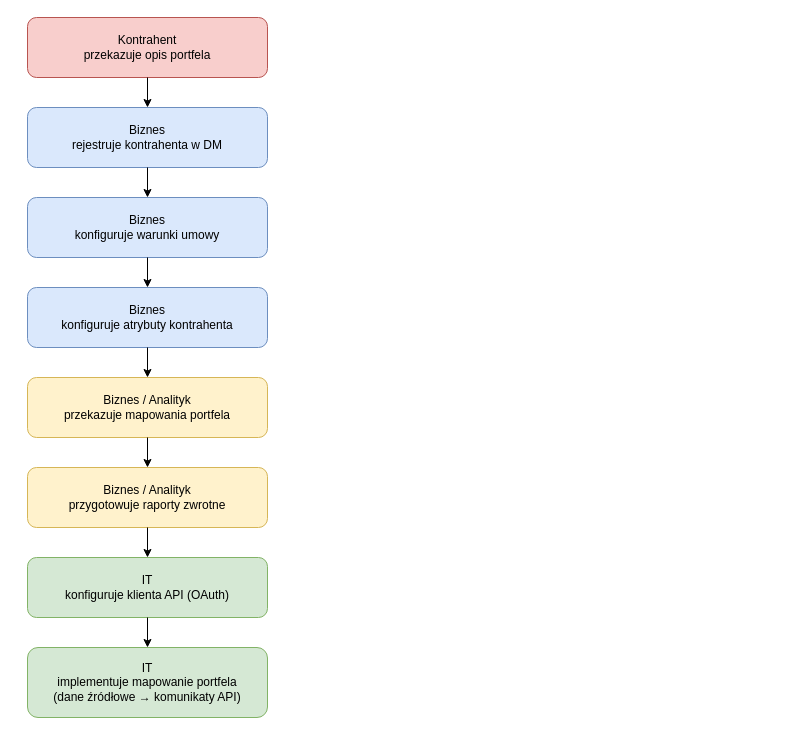
oskar-bialek-bakk/intrum-integration-api-docs keeps this draw.io diagram as docs/diagrams/konfiguracja-kontrahenta.drawio. Above is the earlier version. Source tidied: cells renumbered, new cells numbered last; positions are measured from the earlier drawing's top-left corner, leaving out a move shared by most shapes. Both pictures are drawn from the tidied source at 100%, with x=0, y=0 at pixel (27, 17).
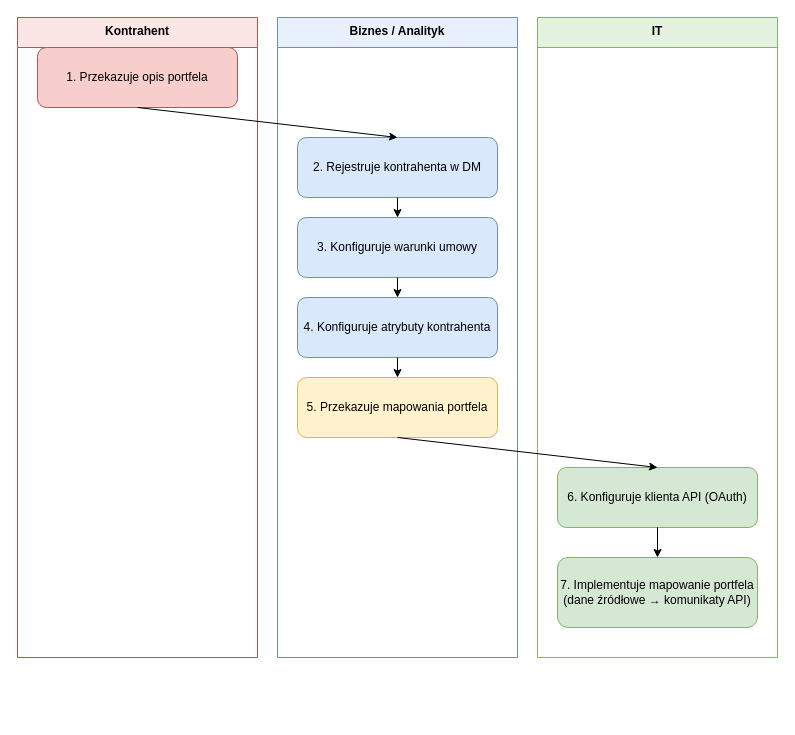
Above is the later version.

Diff of the diagram source:
```diff
@@
 <mxGraphModel>
   <root>
     <mxCell id="0" />
     <mxCell id="1" parent="0" />
+    <mxCell id="17" value="Kontrahent" style="swimlane;fontStyle=1;align=center;verticalAlign=top;startSize=30;fillColor=#fbe5e5;strokeColor=#b85450;" parent="1" vertex="1">
+      <mxGeometry x="-10" width="240" height="640" as="geometry" />
+    </mxCell>
+    <mxCell id="18" value="Biznes / Analityk" style="swimlane;fontStyle=1;align=center;verticalAlign=top;startSize=30;fillColor=#e8f1fb;strokeColor=#6c8ebf;" parent="1" vertex="1">
+      <mxGeometry x="250" width="240" height="640" as="geometry" />
+    </mxCell>
+    <mxCell id="19" value="IT" style="swimlane;fontStyle=1;align=center;verticalAlign=top;startSize=30;fillColor=#e6f2e0;strokeColor=#82b366;" parent="1" vertex="1">
+      <mxGeometry x="510" width="240" height="640" as="geometry" />
+    </mxCell>
-    <mxCell id="2" value="Kontrahent&#10;przekazuje opis portfela" style="rounded=1;whiteSpace=wrap;html=1;fillColor=#f8cecc;strokeColor=#b85450;" parent="1" vertex="1">
-      <mxGeometry width="240" height="60" as="geometry" />
+    <mxCell id="2" value="1. Przekazuje opis portfela" style="rounded=1;whiteSpace=wrap;html=1;fillColor=#f8cecc;strokeColor=#b85450;fontSize=12;" parent="17" vertex="1">
+      <mxGeometry x="20" y="30" width="200" height="60" as="geometry" />
     </mxCell>
-    <mxCell id="3" value="Biznes&#10;rejestruje kontrahenta w DM" style="rounded=1;whiteSpace=wrap;html=1;fillColor=#dae8fc;strokeColor=#6c8ebf;" parent="1" vertex="1">
-      <mxGeometry y="90" width="240" height="60" as="geometry" />
+    <mxCell id="3" value="2. Rejestruje kontrahenta w DM" style="rounded=1;whiteSpace=wrap;html=1;fillColor=#dae8fc;strokeColor=#6c8ebf;fontSize=12;" parent="18" vertex="1">
+      <mxGeometry x="20" y="120" width="200" height="60" as="geometry" />
     </mxCell>
-    <mxCell id="4" value="Biznes&#10;konfiguruje warunki umowy" style="rounded=1;whiteSpace=wrap;html=1;fillColor=#dae8fc;strokeColor=#6c8ebf;" parent="1" vertex="1">
-      <mxGeometry y="180" width="240" height="60" as="geometry" />
+    <mxCell id="4" value="3. Konfiguruje warunki umowy" style="rounded=1;whiteSpace=wrap;html=1;fillColor=#dae8fc;strokeColor=#6c8ebf;fontSize=12;" parent="18" vertex="1">
+      <mxGeometry x="20" y="200" width="200" height="60" as="geometry" />
     </mxCell>
-    <mxCell id="5" value="Biznes&#10;konfiguruje atrybuty kontrahenta" style="rounded=1;whiteSpace=wrap;html=1;fillColor=#dae8fc;strokeColor=#6c8ebf;" parent="1" vertex="1">
-      <mxGeometry y="270" width="240" height="60" as="geometry" />
+    <mxCell id="5" value="4. Konfiguruje atrybuty kontrahenta" style="rounded=1;whiteSpace=wrap;html=1;fillColor=#dae8fc;strokeColor=#6c8ebf;fontSize=12;" parent="18" vertex="1">
+      <mxGeometry x="20" y="280" width="200" height="60" as="geometry" />
     </mxCell>
-    <mxCell id="6" value="Biznes / Analityk&#10;przekazuje mapowania portfela" style="rounded=1;whiteSpace=wrap;html=1;fillColor=#fff2cc;strokeColor=#d6b656;" parent="1" vertex="1">
-      <mxGeometry y="360" width="240" height="60" as="geometry" />
+    <mxCell id="6" value="5. Przekazuje mapowania portfela" style="rounded=1;whiteSpace=wrap;html=1;fillColor=#fff2cc;strokeColor=#d6b656;fontSize=12;" parent="18" vertex="1">
+      <mxGeometry x="20" y="360" width="200" height="60" as="geometry" />
     </mxCell>
-    <mxCell id="7" value="Biznes / Analityk&#10;przygotowuje raporty zwrotne" style="rounded=1;whiteSpace=wrap;html=1;fillColor=#fff2cc;strokeColor=#d6b656;" parent="1" vertex="1">
-      <mxGeometry y="450" width="240" height="60" as="geometry" />
-    </mxCell>
-    <mxCell id="8" value="IT&#10;konfiguruje klienta API (OAuth)" style="rounded=1;whiteSpace=wrap;html=1;fillColor=#d5e8d4;strokeColor=#82b366;" parent="1" vertex="1">
-      <mxGeometry y="540" width="240" height="60" as="geometry" />
+    <mxCell id="8" value="6. Konfiguruje klienta API (OAuth)" style="rounded=1;whiteSpace=wrap;html=1;fillColor=#d5e8d4;strokeColor=#82b366;fontSize=12;" parent="19" vertex="1">
+      <mxGeometry x="20" y="450" width="200" height="60" as="geometry" />
     </mxCell>
-    <mxCell id="9" value="IT&#10;implementuje mapowanie portfela&#10;(dane źródłowe → komunikaty API)" style="rounded=1;whiteSpace=wrap;html=1;fillColor=#d5e8d4;strokeColor=#82b366;" parent="1" vertex="1">
-      <mxGeometry y="630" width="240" height="70" as="geometry" />
+    <mxCell id="9" value="7. Implementuje mapowanie portfela&#10;(dane źródłowe → komunikaty API)" style="rounded=1;whiteSpace=wrap;html=1;fillColor=#d5e8d4;strokeColor=#82b366;fontSize=12;" parent="19" vertex="1">
+      <mxGeometry x="20" y="540" width="200" height="70" as="geometry" />
     </mxCell>
-    <mxCell id="10" style="endArrow=classic;html=1;" parent="1" edge="1" source="2" target="3">
+    <mxCell id="10" style="endArrow=classic;html=1;exitX=0.5;exitY=1;exitDx=0;exitDy=0;entryX=0.5;entryY=0;entryDx=0;entryDy=0;" parent="1" edge="1" source="2" target="3">
       <mxGeometry relative="1" as="geometry" />
     </mxCell>
-    <mxCell id="11" style="endArrow=classic;html=1;" parent="1" edge="1" source="3" target="4">
+    <mxCell id="11" style="endArrow=classic;html=1;exitX=0.5;exitY=1;exitDx=0;exitDy=0;entryX=0.5;entryY=0;entryDx=0;entryDy=0;" parent="1" edge="1" source="3" target="4">
       <mxGeometry relative="1" as="geometry" />
     </mxCell>
-    <mxCell id="12" style="endArrow=classic;html=1;" parent="1" edge="1" source="4" target="5">
+    <mxCell id="12" style="endArrow=classic;html=1;exitX=0.5;exitY=1;exitDx=0;exitDy=0;entryX=0.5;entryY=0;entryDx=0;entryDy=0;" parent="1" edge="1" source="4" target="5">
       <mxGeometry relative="1" as="geometry" />
     </mxCell>
-    <mxCell id="13" style="endArrow=classic;html=1;" parent="1" edge="1" source="5" target="6">
+    <mxCell id="13" style="endArrow=classic;html=1;exitX=0.5;exitY=1;exitDx=0;exitDy=0;entryX=0.5;entryY=0;entryDx=0;entryDy=0;" parent="1" edge="1" source="5" target="6">
       <mxGeometry relative="1" as="geometry" />
     </mxCell>
-    <mxCell id="14" style="endArrow=classic;html=1;" parent="1" edge="1" source="6" target="7">
+    <mxCell id="14" style="endArrow=classic;html=1;exitX=0.5;exitY=1;exitDx=0;exitDy=0;entryX=0.5;entryY=0;entryDx=0;entryDy=0;" parent="1" edge="1" source="6" target="8">
       <mxGeometry relative="1" as="geometry" />
     </mxCell>
-    <mxCell id="15" style="endArrow=classic;html=1;" parent="1" edge="1" source="7" target="8">
+    <mxCell id="15" style="endArrow=classic;html=1;exitX=0.5;exitY=1;exitDx=0;exitDy=0;entryX=0.5;entryY=0;entryDx=0;entryDy=0;" parent="1" edge="1" source="8" target="9">
       <mxGeometry relative="1" as="geometry" />
     </mxCell>
-    <mxCell id="16" style="endArrow=classic;html=1;" parent="1" edge="1" source="8" target="9">
-      <mxGeometry relative="1" as="geometry" />
-    </mxCell>
   </root>
 </mxGraphModel>
```
